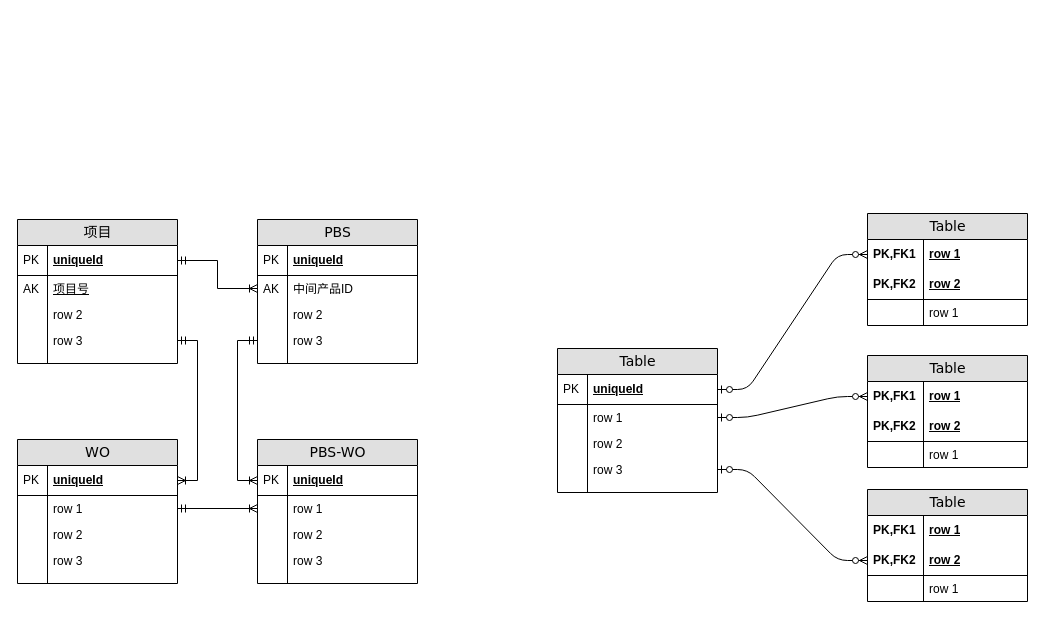
This is 4DP.drawio from blackdreamzg/bak, a draw.io file, before an edit. Source tidied: cells renumbered, new cells numbered last; positions are measured from the earlier drawing's top-left corner, leaving out a move shared by most shapes. Both pictures are drawn from the tidied source at 100%, with x=0, y=0 at pixel (17, 213).
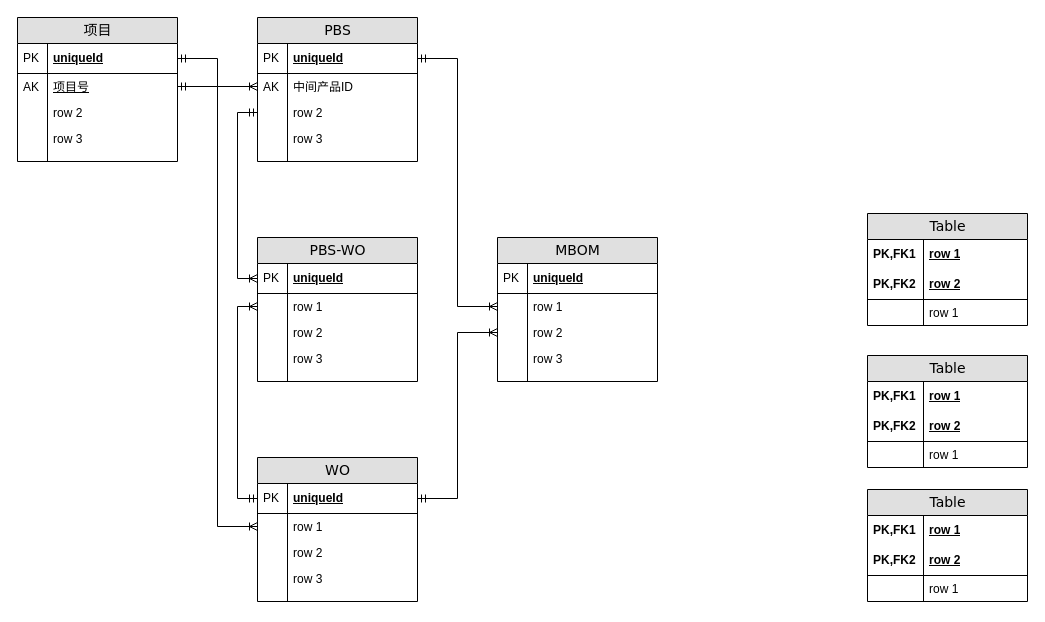
Above is the later version.

The change refers to these unchanged cells:
```xml
<mxCell id="3" value="uniqueId" style="shape=partialRectangle;top=0;left=0;right=0;bottom=1;html=1;align=left;verticalAlign=middle;fillColor=none;spacingLeft=34;spacingRight=4;whiteSpace=wrap;overflow=hidden;points=[[0,0.5],[1,0.5]];portConstraint=eastwest;fontStyle=5;" parent="2" vertex="1">
  <mxGeometry y="26" width="160" height="30" as="geometry" />
</mxCell>
<mxCell id="5" value="row 1" style="shape=partialRectangle;top=0;left=0;right=0;bottom=0;html=1;align=left;verticalAlign=top;fillColor=none;spacingLeft=34;spacingRight=4;whiteSpace=wrap;overflow=hidden;points=[[0,0.5],[1,0.5]];portConstraint=eastwest;" parent="2" vertex="1">
  <mxGeometry y="56" width="160" height="26" as="geometry" />
</mxCell>
<mxCell id="14" value="uniqueId" style="shape=partialRectangle;top=0;left=0;right=0;bottom=1;html=1;align=left;verticalAlign=middle;fillColor=none;spacingLeft=34;spacingRight=4;whiteSpace=wrap;overflow=hidden;points=[[0,0.5],[1,0.5]];portConstraint=eastwest;fontStyle=5;" parent="13" vertex="1">
  <mxGeometry y="26" width="160" height="30" as="geometry" />
</mxCell>
<mxCell id="18" value="row 2" style="shape=partialRectangle;top=0;left=0;right=0;bottom=0;html=1;align=left;verticalAlign=top;fillColor=none;spacingLeft=34;spacingRight=4;whiteSpace=wrap;overflow=hidden;points=[[0,0.5],[1,0.5]];portConstraint=eastwest;" parent="13" vertex="1">
  <mxGeometry y="82" width="160" height="26" as="geometry" />
</mxCell>
<mxCell id="20" value="row 3" style="shape=partialRectangle;top=0;left=0;right=0;bottom=0;html=1;align=left;verticalAlign=top;fillColor=none;spacingLeft=34;spacingRight=4;whiteSpace=wrap;overflow=hidden;points=[[0,0.5],[1,0.5]];portConstraint=eastwest;" parent="13" vertex="1">
  <mxGeometry y="108" width="160" height="26" as="geometry" />
</mxCell>
<mxCell id="25" value="uniqueId" style="shape=partialRectangle;top=0;left=0;right=0;bottom=1;html=1;align=left;verticalAlign=middle;fillColor=none;spacingLeft=34;spacingRight=4;whiteSpace=wrap;overflow=hidden;points=[[0,0.5],[1,0.5]];portConstraint=eastwest;fontStyle=5;" parent="24" vertex="1">
  <mxGeometry y="26" width="160" height="30" as="geometry" />
</mxCell>
<mxCell id="27" value="row 1" style="shape=partialRectangle;top=0;left=0;right=0;bottom=0;html=1;align=left;verticalAlign=top;fillColor=none;spacingLeft=34;spacingRight=4;whiteSpace=wrap;overflow=hidden;points=[[0,0.5],[1,0.5]];portConstraint=eastwest;" parent="24" vertex="1">
  <mxGeometry y="56" width="160" height="26" as="geometry" />
</mxCell>
<mxCell id="29" value="row 2" style="shape=partialRectangle;top=0;left=0;right=0;bottom=0;html=1;align=left;verticalAlign=top;fillColor=none;spacingLeft=34;spacingRight=4;whiteSpace=wrap;overflow=hidden;points=[[0,0.5],[1,0.5]];portConstraint=eastwest;" parent="24" vertex="1">
  <mxGeometry y="82" width="160" height="26" as="geometry" />
</mxCell>
<mxCell id="31" value="row 3" style="shape=partialRectangle;top=0;left=0;right=0;bottom=0;html=1;align=left;verticalAlign=top;fillColor=none;spacingLeft=34;spacingRight=4;whiteSpace=wrap;overflow=hidden;points=[[0,0.5],[1,0.5]];portConstraint=eastwest;" parent="24" vertex="1">
  <mxGeometry y="108" width="160" height="26" as="geometry" />
</mxCell>
<mxCell id="36" value="row 1" style="shape=partialRectangle;top=0;left=0;right=0;bottom=0;html=1;align=left;verticalAlign=middle;fillColor=none;spacingLeft=60;spacingRight=4;whiteSpace=wrap;overflow=hidden;points=[[0,0.5],[1,0.5]];portConstraint=eastwest;fontStyle=5;" parent="35" vertex="1">
  <mxGeometry y="26" width="160" height="30" as="geometry" />
</mxCell>
<mxCell id="44" value="row 1" style="shape=partialRectangle;top=0;left=0;right=0;bottom=0;html=1;align=left;verticalAlign=middle;fillColor=none;spacingLeft=60;spacingRight=4;whiteSpace=wrap;overflow=hidden;points=[[0,0.5],[1,0.5]];portConstraint=eastwest;fontStyle=5;" parent="43" vertex="1">
  <mxGeometry y="26" width="160" height="30" as="geometry" />
</mxCell>
<mxCell id="53" value="row 2" style="shape=partialRectangle;top=0;left=0;right=0;bottom=1;html=1;align=left;verticalAlign=middle;fillColor=none;spacingLeft=60;spacingRight=4;whiteSpace=wrap;overflow=hidden;points=[[0,0.5],[1,0.5]];portConstraint=eastwest;fontStyle=5;" parent="50" vertex="1">
  <mxGeometry y="56" width="160" height="30" as="geometry" />
</mxCell>
<mxCell id="62" value="&lt;span style=&quot;text-decoration-line: underline;&quot;&gt;项目号&lt;/span&gt;" style="shape=partialRectangle;top=0;left=0;right=0;bottom=0;html=1;align=left;verticalAlign=top;fillColor=none;spacingLeft=34;spacingRight=4;whiteSpace=wrap;overflow=hidden;points=[[0,0.5],[1,0.5]];portConstraint=eastwest;" parent="59" vertex="1">
  <mxGeometry y="56" width="160" height="26" as="geometry" />
</mxCell>
<mxCell id="66" value="row 3" style="shape=partialRectangle;top=0;left=0;right=0;bottom=0;html=1;align=left;verticalAlign=top;fillColor=none;spacingLeft=34;spacingRight=4;whiteSpace=wrap;overflow=hidden;points=[[0,0.5],[1,0.5]];portConstraint=eastwest;" parent="59" vertex="1">
  <mxGeometry y="108" width="160" height="26" as="geometry" />
</mxCell>
<mxCell id="72" value="uniqueId" style="shape=partialRectangle;top=0;left=0;right=0;bottom=1;html=1;align=left;verticalAlign=middle;fillColor=none;spacingLeft=34;spacingRight=4;whiteSpace=wrap;overflow=hidden;points=[[0,0.5],[1,0.5]];portConstraint=eastwest;fontStyle=5;" parent="71" vertex="1">
  <mxGeometry y="26" width="160" height="30" as="geometry" />
</mxCell>
<mxCell id="74" value="row 1" style="shape=partialRectangle;top=0;left=0;right=0;bottom=0;html=1;align=left;verticalAlign=top;fillColor=none;spacingLeft=34;spacingRight=4;whiteSpace=wrap;overflow=hidden;points=[[0,0.5],[1,0.5]];portConstraint=eastwest;" parent="71" vertex="1">
  <mxGeometry y="56" width="160" height="26" as="geometry" />
</mxCell>
```

Diff of the diagram source:
```diff
@@
     <mxCell id="2" value="WO" style="swimlane;html=1;fontStyle=0;horizontal=1;startSize=26;fillColor=#e0e0e0;swimlaneFillColor=#ffffff;align=center;rounded=0;shadow=0;comic=0;labelBackgroundColor=none;strokeWidth=1;fontFamily=Verdana;fontSize=14;swimlaneLine=1;" parent="1" vertex="1">
-      <mxGeometry y="226" width="160" height="144" as="geometry" />
+      <mxGeometry x="240" y="244" width="160" height="144" as="geometry" />
     </mxCell>
@@
     <mxCell id="13" value="PBS" style="swimlane;html=1;fontStyle=0;horizontal=1;startSize=26;fillColor=#e0e0e0;swimlaneFillColor=#ffffff;align=center;rounded=0;shadow=0;comic=0;labelBackgroundColor=none;strokeWidth=1;fontFamily=Verdana;fontSize=14;" parent="1" vertex="1">
-      <mxGeometry x="240" y="6" width="160" height="144" as="geometry" />
+      <mxGeometry x="240" y="-196" width="160" height="144" as="geometry" />
     </mxCell>
@@
-    <mxCell id="24" value="Table" style="swimlane;html=1;fontStyle=0;horizontal=1;startSize=26;fillColor=#e0e0e0;swimlaneFillColor=#ffffff;align=center;rounded=0;shadow=0;comic=0;labelBackgroundColor=none;strokeWidth=1;fontFamily=Verdana;fontSize=14;" parent="1" vertex="1">
-      <mxGeometry x="540" y="135" width="160" height="144" as="geometry" />
+    <mxCell id="24" value="MBOM" style="swimlane;html=1;fontStyle=0;horizontal=1;startSize=26;fillColor=#e0e0e0;swimlaneFillColor=#ffffff;align=center;rounded=0;shadow=0;comic=0;labelBackgroundColor=none;strokeWidth=1;fontFamily=Verdana;fontSize=14;" parent="1" vertex="1">
+      <mxGeometry x="480" y="24" width="160" height="144" as="geometry" />
     </mxCell>
@@
-    <mxCell id="42" style="edgeStyle=entityRelationEdgeStyle;html=1;endArrow=ERzeroToMany;startArrow=ERzeroToOne;labelBackgroundColor=none;fontFamily=Verdana;fontSize=14;entryX=0;entryY=0.5;exitX=1;exitY=0.5;" parent="1" edge="1" source="25" target="36">
-      <mxGeometry relative="1" as="geometry" />
-    </mxCell>
@@
-    <mxCell id="57" style="edgeStyle=entityRelationEdgeStyle;html=1;endArrow=ERzeroToMany;startArrow=ERzeroToOne;labelBackgroundColor=none;fontFamily=Verdana;fontSize=14;entryX=0;entryY=0.5;exitX=1;exitY=0.5;" parent="1" edge="1" source="27" target="44">
-      <mxGeometry relative="1" as="geometry" />
-    </mxCell>
-    <mxCell id="58" style="edgeStyle=entityRelationEdgeStyle;html=1;endArrow=ERzeroToMany;startArrow=ERzeroToOne;labelBackgroundColor=none;fontFamily=Verdana;fontSize=14;entryX=0;entryY=0.5;exitX=1;exitY=0.5;" parent="1" edge="1" source="31" target="53">
-      <mxGeometry relative="1" as="geometry" />
-    </mxCell>
     <mxCell id="59" value="项目" style="swimlane;html=1;fontStyle=0;horizontal=1;startSize=26;fillColor=#e0e0e0;swimlaneFillColor=#ffffff;align=center;rounded=0;shadow=0;comic=0;labelBackgroundColor=none;strokeWidth=1;fontFamily=Verdana;fontSize=14;" parent="1" vertex="1">
-      <mxGeometry y="6" width="160" height="144" as="geometry" />
+      <mxGeometry y="-196" width="160" height="144" as="geometry" />
     </mxCell>
@@
     <mxCell id="71" value="PBS-WO" style="swimlane;html=1;fontStyle=0;horizontal=1;startSize=26;fillColor=#e0e0e0;swimlaneFillColor=#ffffff;align=center;rounded=0;shadow=0;comic=0;labelBackgroundColor=none;strokeWidth=1;fontFamily=Verdana;fontSize=14;" parent="1" vertex="1">
-      <mxGeometry x="240" y="226" width="160" height="144" as="geometry" />
+      <mxGeometry x="240" y="24" width="160" height="144" as="geometry" />
     </mxCell>
@@
-    <mxCell id="82" style="edgeStyle=orthogonalEdgeStyle;rounded=0;jettySize=auto;html=1;exitX=0;exitY=0.5;exitDx=0;exitDy=0;entryX=0;entryY=0.5;entryDx=0;entryDy=0;startArrow=ERmandOne;startFill=0;endArrow=ERoneToMany;endFill=0;" parent="1" edge="1" source="20" target="72">
+    <mxCell id="82" style="edgeStyle=orthogonalEdgeStyle;rounded=0;jettySize=auto;html=1;exitX=0;exitY=0.5;exitDx=0;exitDy=0;entryX=0;entryY=0.5;entryDx=0;entryDy=0;startArrow=ERmandOne;startFill=0;endArrow=ERoneToMany;endFill=0;" parent="1" edge="1" source="18" target="72">
       <mxGeometry relative="1" as="geometry" />
     </mxCell>
-    <mxCell id="83" style="edgeStyle=orthogonalEdgeStyle;rounded=0;jettySize=auto;html=1;exitX=1;exitY=0.5;exitDx=0;exitDy=0;entryX=0;entryY=0.5;entryDx=0;entryDy=0;startArrow=ERmandOne;startFill=0;endArrow=ERoneToMany;endFill=0;" parent="1" edge="1" source="5" target="74">
+    <mxCell id="83" style="edgeStyle=orthogonalEdgeStyle;rounded=0;jettySize=auto;html=1;exitX=0;exitY=0.5;exitDx=0;exitDy=0;entryX=0;entryY=0.5;entryDx=0;entryDy=0;startArrow=ERmandOne;startFill=0;endArrow=ERoneToMany;endFill=0;" parent="1" edge="1" source="3" target="74">
       <mxGeometry relative="1" as="geometry" />
     </mxCell>
-    <mxCell id="84" style="edgeStyle=orthogonalEdgeStyle;rounded=0;jettySize=auto;html=1;exitX=1;exitY=0.5;exitDx=0;exitDy=0;entryX=1;entryY=0.5;entryDx=0;entryDy=0;startArrow=ERmandOne;startFill=0;endArrow=ERoneToMany;endFill=0;" parent="1" edge="1" source="66" target="3">
-      <mxGeometry relative="1" as="geometry" />
-    </mxCell>
+    <mxCell id="85" style="edgeStyle=orthogonalEdgeStyle;rounded=0;jettySize=auto;html=1;exitX=1;exitY=0.5;exitDx=0;exitDy=0;entryX=0;entryY=0.5;entryDx=0;entryDy=0;startArrow=ERmandOne;startFill=0;endArrow=ERoneToMany;endFill=0;" parent="1" edge="1" source="62" target="5">
+      <mxGeometry relative="1" as="geometry" />
+    </mxCell>
+    <mxCell id="86" style="edgeStyle=orthogonalEdgeStyle;rounded=0;jettySize=auto;html=1;exitX=1;exitY=0.5;exitDx=0;exitDy=0;entryX=0;entryY=0.5;entryDx=0;entryDy=0;startArrow=ERmandOne;startFill=0;endArrow=ERoneToMany;endFill=0;" parent="1" edge="1" source="3" target="29">
+      <mxGeometry relative="1" as="geometry" />
+    </mxCell>
+    <mxCell id="87" style="edgeStyle=orthogonalEdgeStyle;rounded=0;jettySize=auto;html=1;exitX=1;exitY=0.5;exitDx=0;exitDy=0;entryX=0;entryY=0.5;entryDx=0;entryDy=0;startArrow=ERmandOne;startFill=0;endArrow=ERoneToMany;endFill=0;" parent="1" edge="1" source="14" target="27">
+      <mxGeometry relative="1" as="geometry" />
+    </mxCell>
```
